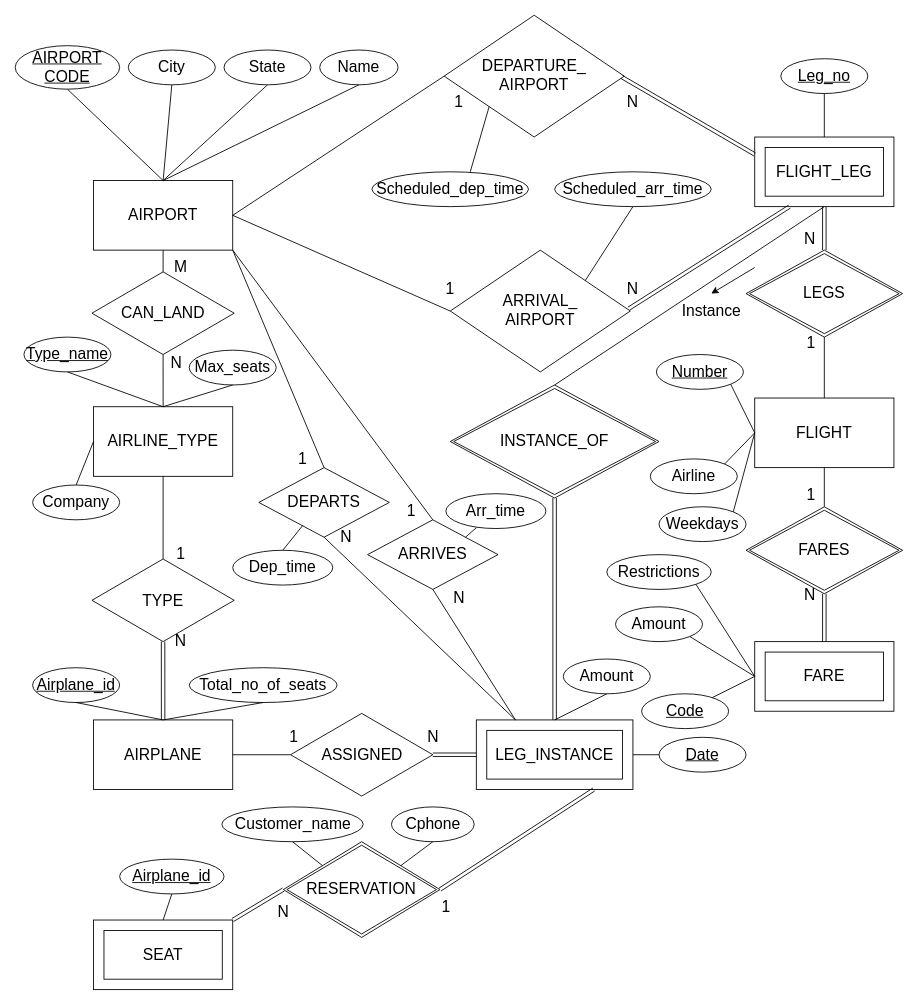
This is Untitled Diagram.drawio from BENHAN94/DB_model, a draw.io file, before an edit. Source tidied: cells renumbered, new cells numbered last; positions are measured from the earlier drawing's top-left corner, leaving out a move shared by most shapes. Both pictures are drawn from the tidied source at 87%, with x=0, y=0 at pixel (15, 15).
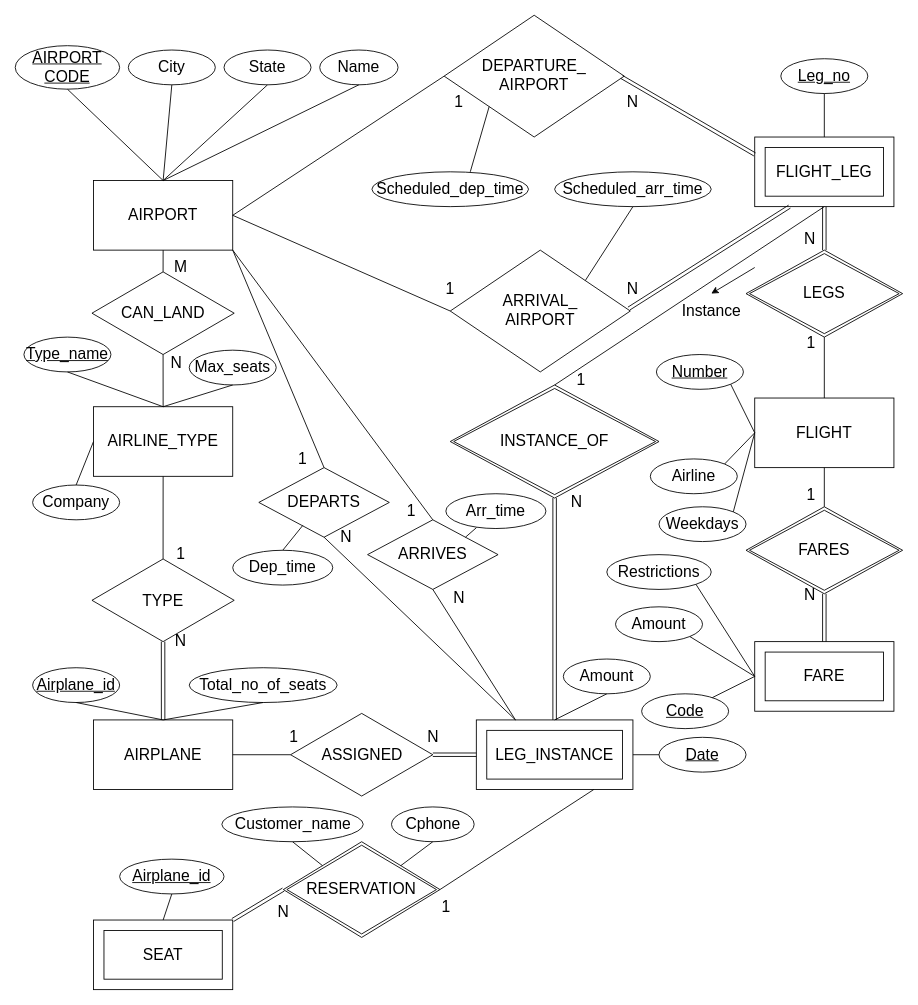
After the change.

Unchanged cells that the change refers to:
```xml
<mxCell id="9" value="LEG_INSTANCE" style="shape=ext;double=1;rounded=0;whiteSpace=wrap;html=1;glass=0;sketch=0;gradientColor=none;margin=10;fontSize=18;" parent="1" vertex="1">
  <mxGeometry x="530" y="810" width="180" height="80" as="geometry" />
</mxCell>
<mxCell id="91" value="RESERVATION" style="shape=rhombus;double=1;perimeter=rhombusPerimeter;whiteSpace=wrap;html=1;align=center;rounded=0;glass=0;sketch=0;gradientColor=none;fontSize=18;" parent="1" vertex="1">
  <mxGeometry x="308.2" y="950" width="180" height="110" as="geometry" />
</mxCell>
```

Diff of the diagram source:
```diff
@@
-    <mxCell id="92" style="shape=link;html=1;rounded=0;fontSize=18;entryX=1;entryY=0.5;entryDx=0;entryDy=0;exitX=0.75;exitY=1;exitDx=0;exitDy=0;" parent="1" edge="1" source="9" target="91">
-      <mxGeometry relative="1" as="geometry" />
-    </mxCell>
@@
+    <mxCell id="115" value="N" style="text;html=1;align=center;verticalAlign=middle;fontSize=18;" parent="1" vertex="1">
+      <mxGeometry x="630" y="545" width="30" height="30" as="geometry" />
+    </mxCell>
+    <mxCell id="116" value="1" style="text;html=1;align=center;verticalAlign=middle;fontSize=18;" parent="1" vertex="1">
+      <mxGeometry x="635" y="405" width="30" height="30" as="geometry" />
+    </mxCell>
+    <mxCell id="92" style="endArrow=none;html=1;entryX=1;entryY=0.5;entryDx=0;entryDy=0;fontSize=18;exitX=0.75;exitY=1;exitDx=0;exitDy=0;" parent="1" edge="1" source="9" target="91">
+      <mxGeometry relative="1" as="geometry" />
+    </mxCell>
```
